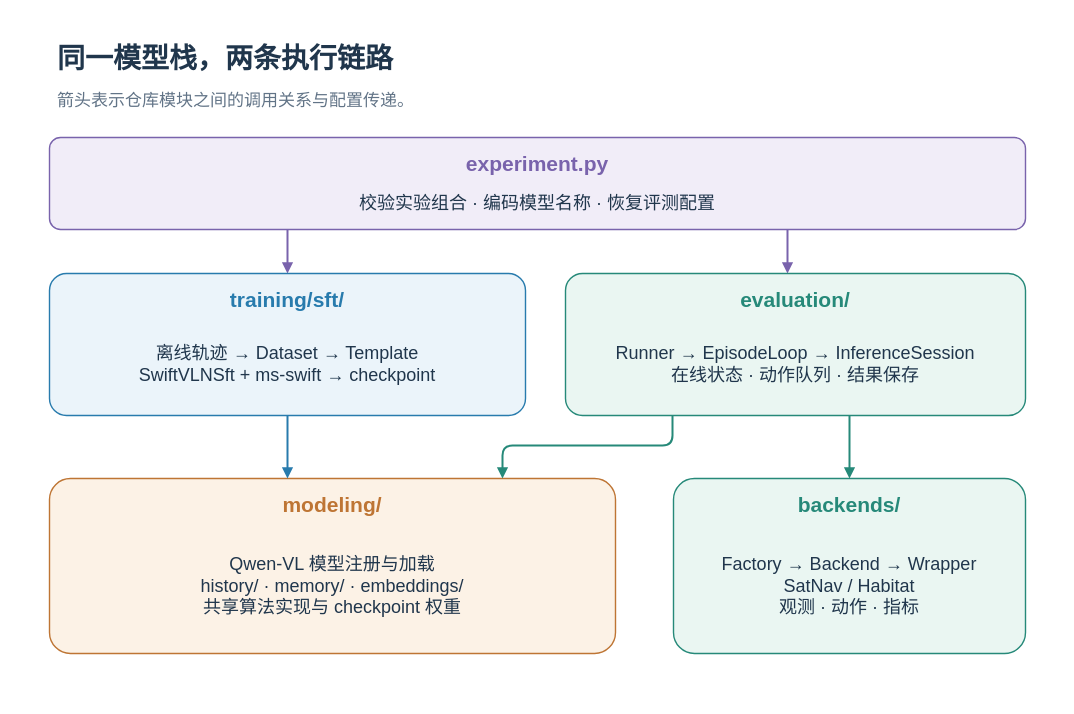
Above: docs/assets/workflows/architecture.zh-CN.drawio in Eku127/SwiftVLN (draw.io), before the change. Source tidied: cells renumbered, new cells numbered last; positions are measured from the earlier drawing's top-left corner, leaving out a move shared by most shapes. Both pictures are drawn from the tidied source at 100%, with x=0, y=0 at pixel (17, 17).
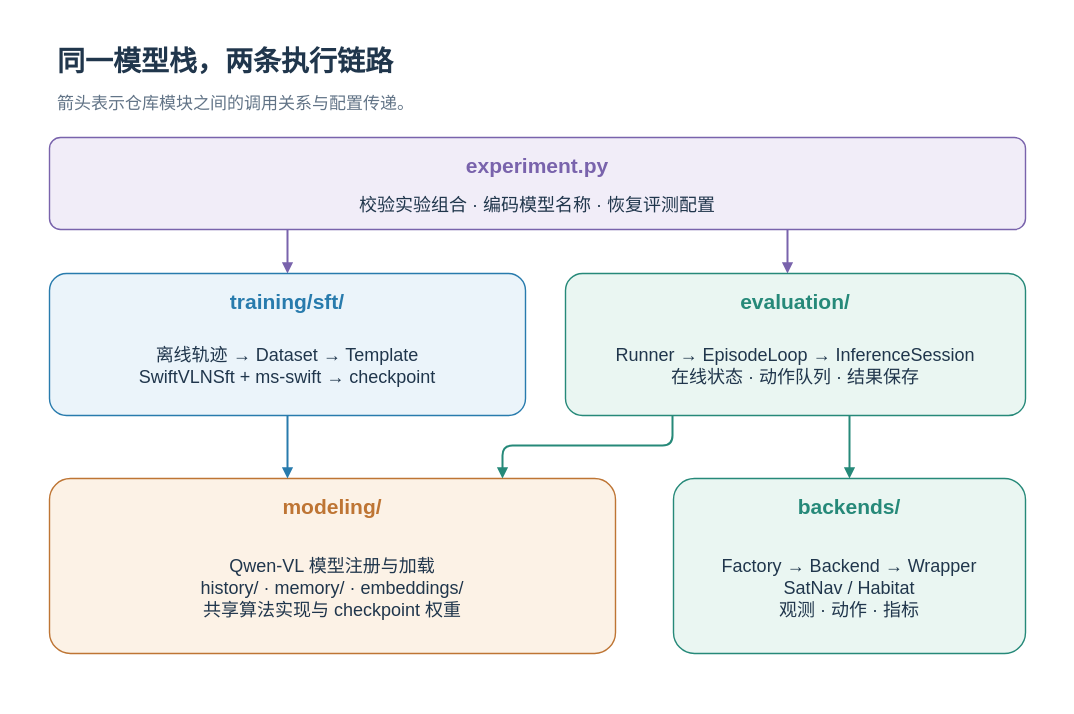
The same diagram, later.

What changed in the source:
```diff
@@
-    <mxCell id="2" style="rounded=0;arcSize=12;whiteSpace=wrap;html=0;fillColor=#FFFFFF;strokeColor=none;strokeWidth=1.4;fontColor=#20364C;fontFamily=Arial;fontSize=19;fontStyle=0;align=center;verticalAlign=middle;spacing=8;" parent="1" vertex="1">
+    <mxCell id="2" style="rounded=0;arcSize=12;whiteSpace=nowrap;html=0;fillColor=#FFFFFF;strokeColor=none;strokeWidth=1.4;fontColor=#20364C;fontFamily=Arial;fontSize=19;fontStyle=0;align=center;verticalAlign=middle;spacing=8;" parent="1" vertex="1">
       <mxGeometry width="1040" height="680" as="geometry" />
     </mxCell>
-    <mxCell id="3" value="同一模型栈，两条执行链路" style="rounded=0;arcSize=12;whiteSpace=wrap;html=0;fillColor=none;strokeColor=none;strokeWidth=1.4;fontColor=#20364C;fontFamily=Arial;fontSize=28;fontStyle=1;align=left;verticalAlign=middle;spacing=8;" parent="1" vertex="1">
+    <mxCell id="3" value="同一模型栈，两条执行链路" style="rounded=0;arcSize=12;whiteSpace=nowrap;html=0;fillColor=none;strokeColor=none;strokeWidth=1.4;fontColor=#20364C;fontFamily=Arial;fontSize=28;fontStyle=1;align=left;verticalAlign=middle;spacing=8;" parent="1" vertex="1">
       <mxGeometry x="32" y="22" width="970" height="38" as="geometry" />
     </mxCell>
-    <mxCell id="4" value="箭头表示仓库模块之间的调用关系与配置传递。" style="rounded=0;arcSize=12;whiteSpace=wrap;html=0;fillColor=none;strokeColor=none;strokeWidth=1.4;fontColor=#627487;fontFamily=Arial;fontSize=17;fontStyle=0;align=left;verticalAlign=middle;spacing=8;" parent="1" vertex="1">
+    <mxCell id="4" value="箭头表示仓库模块之间的调用关系与配置传递。" style="rounded=0;arcSize=12;whiteSpace=nowrap;html=0;fillColor=none;strokeColor=none;strokeWidth=1.4;fontColor=#627487;fontFamily=Arial;fontSize=17;fontStyle=0;align=left;verticalAlign=middle;spacing=8;" parent="1" vertex="1">
       <mxGeometry x="32" y="67" width="970" height="34" as="geometry" />
     </mxCell>
-    <mxCell id="5" style="rounded=1;arcSize=12;whiteSpace=wrap;html=0;fillColor=#F1EDF8;strokeColor=#7963AC;strokeWidth=1.4;fontColor=#20364C;fontFamily=Arial;fontSize=19;fontStyle=0;align=center;verticalAlign=middle;spacing=8;" parent="1" vertex="1">
+    <mxCell id="5" style="rounded=1;arcSize=12;whiteSpace=nowrap;html=0;fillColor=#F1EDF8;strokeColor=#7963AC;strokeWidth=1.4;fontColor=#20364C;fontFamily=Arial;fontSize=19;fontStyle=0;align=center;verticalAlign=middle;spacing=8;" parent="1" vertex="1">
       <mxGeometry x="32" y="120" width="976" height="92" as="geometry" />
     </mxCell>
-    <mxCell id="6" value="experiment.py" style="rounded=0;arcSize=12;whiteSpace=wrap;html=0;fillColor=none;strokeColor=none;strokeWidth=1.4;fontColor=#7963AC;fontFamily=Arial;fontSize=21;fontStyle=1;align=center;verticalAlign=middle;spacing=8;" parent="1" vertex="1">
+    <mxCell id="6" value="experiment.py" style="rounded=0;arcSize=12;whiteSpace=nowrap;html=0;fillColor=none;strokeColor=none;strokeWidth=1.4;fontColor=#7963AC;fontFamily=Arial;fontSize=21;fontStyle=1;align=center;verticalAlign=middle;spacing=8;" parent="1" vertex="1">
       <mxGeometry x="42" y="130" width="956" height="32" as="geometry" />
     </mxCell>
-    <mxCell id="7" value="校验实验组合 · 编码模型名称 · 恢复评测配置" style="rounded=0;arcSize=12;whiteSpace=wrap;html=0;fillColor=none;strokeColor=none;strokeWidth=1.4;fontColor=#20364C;fontFamily=Arial;fontSize=18;fontStyle=0;align=center;verticalAlign=middle;spacing=8;" parent="1" vertex="1">
+    <mxCell id="7" value="校验实验组合 · 编码模型名称 · 恢复评测配置" style="rounded=0;arcSize=12;whiteSpace=nowrap;html=0;fillColor=none;strokeColor=none;strokeWidth=1.4;fontColor=#20364C;fontFamily=Arial;fontSize=18;fontStyle=0;align=center;verticalAlign=middle;spacing=8;" parent="1" vertex="1">
       <mxGeometry x="42" y="166" width="956" height="40" as="geometry" />
     </mxCell>
@@
-    <mxCell id="10" style="rounded=1;arcSize=12;whiteSpace=wrap;html=0;fillColor=#EBF4FA;strokeColor=#287BAD;strokeWidth=1.4;fontColor=#20364C;fontFamily=Arial;fontSize=19;fontStyle=0;align=center;verticalAlign=middle;spacing=8;" parent="1" vertex="1">
+    <mxCell id="10" style="rounded=1;arcSize=12;whiteSpace=nowrap;html=0;fillColor=#EBF4FA;strokeColor=#287BAD;strokeWidth=1.4;fontColor=#20364C;fontFamily=Arial;fontSize=19;fontStyle=0;align=center;verticalAlign=middle;spacing=8;" parent="1" vertex="1">
       <mxGeometry x="32" y="256" width="476" height="142" as="geometry" />
     </mxCell>
-    <mxCell id="11" value="training/sft/" style="rounded=0;arcSize=12;whiteSpace=wrap;html=0;fillColor=none;strokeColor=none;strokeWidth=1.4;fontColor=#287BAD;fontFamily=Arial;fontSize=21;fontStyle=1;align=center;verticalAlign=middle;spacing=8;" parent="1" vertex="1">
+    <mxCell id="11" value="training/sft/" style="rounded=0;arcSize=12;whiteSpace=nowrap;html=0;fillColor=none;strokeColor=none;strokeWidth=1.4;fontColor=#287BAD;fontFamily=Arial;fontSize=21;fontStyle=1;align=center;verticalAlign=middle;spacing=8;" parent="1" vertex="1">
       <mxGeometry x="42" y="266" width="456" height="32" as="geometry" />
     </mxCell>
-    <mxCell id="12" value="离线轨迹 → Dataset → Template&#10;SwiftVLNSft + ms-swift → checkpoint" style="rounded=0;arcSize=12;whiteSpace=wrap;html=0;fillColor=none;strokeColor=none;strokeWidth=1.4;fontColor=#20364C;fontFamily=Arial;fontSize=18;fontStyle=0;align=center;verticalAlign=middle;spacing=8;" parent="1" vertex="1">
+    <mxCell id="12" value="离线轨迹 → Dataset → Template&#10;SwiftVLNSft + ms-swift → checkpoint" style="rounded=0;arcSize=12;whiteSpace=nowrap;html=0;fillColor=none;strokeColor=none;strokeWidth=1.4;fontColor=#20364C;fontFamily=Arial;fontSize=18;fontStyle=0;align=center;verticalAlign=middle;spacing=8;" parent="1" vertex="1">
       <mxGeometry x="42" y="302" width="456" height="90" as="geometry" />
     </mxCell>
-    <mxCell id="13" style="rounded=1;arcSize=12;whiteSpace=wrap;html=0;fillColor=#EAF6F2;strokeColor=#268979;strokeWidth=1.4;fontColor=#20364C;fontFamily=Arial;fontSize=19;fontStyle=0;align=center;verticalAlign=middle;spacing=8;" parent="1" vertex="1">
+    <mxCell id="13" style="rounded=1;arcSize=12;whiteSpace=nowrap;html=0;fillColor=#EAF6F2;strokeColor=#268979;strokeWidth=1.4;fontColor=#20364C;fontFamily=Arial;fontSize=19;fontStyle=0;align=center;verticalAlign=middle;spacing=8;" parent="1" vertex="1">
       <mxGeometry x="548" y="256" width="460" height="142" as="geometry" />
     </mxCell>
-    <mxCell id="14" value="evaluation/" style="rounded=0;arcSize=12;whiteSpace=wrap;html=0;fillColor=none;strokeColor=none;strokeWidth=1.4;fontColor=#268979;fontFamily=Arial;fontSize=21;fontStyle=1;align=center;verticalAlign=middle;spacing=8;" parent="1" vertex="1">
+    <mxCell id="14" value="evaluation/" style="rounded=0;arcSize=12;whiteSpace=nowrap;html=0;fillColor=none;strokeColor=none;strokeWidth=1.4;fontColor=#268979;fontFamily=Arial;fontSize=21;fontStyle=1;align=center;verticalAlign=middle;spacing=8;" parent="1" vertex="1">
       <mxGeometry x="558" y="266" width="440" height="32" as="geometry" />
     </mxCell>
-    <mxCell id="15" value="Runner → EpisodeLoop → InferenceSession&#10;在线状态 · 动作队列 · 结果保存" style="rounded=0;arcSize=12;whiteSpace=wrap;html=0;fillColor=none;strokeColor=none;strokeWidth=1.4;fontColor=#20364C;fontFamily=Arial;fontSize=18;fontStyle=0;align=center;verticalAlign=middle;spacing=8;" parent="1" vertex="1">
+    <mxCell id="15" value="Runner → EpisodeLoop → InferenceSession&#10;在线状态 · 动作队列 · 结果保存" style="rounded=0;arcSize=12;whiteSpace=nowrap;html=0;fillColor=none;strokeColor=none;strokeWidth=1.4;fontColor=#20364C;fontFamily=Arial;fontSize=18;fontStyle=0;align=center;verticalAlign=middle;spacing=8;" parent="1" vertex="1">
       <mxGeometry x="558" y="302" width="440" height="90" as="geometry" />
     </mxCell>
-    <mxCell id="16" style="rounded=1;arcSize=12;whiteSpace=wrap;html=0;fillColor=#FCF2E6;strokeColor=#BE7534;strokeWidth=1.4;fontColor=#20364C;fontFamily=Arial;fontSize=19;fontStyle=0;align=center;verticalAlign=middle;spacing=8;" parent="1" vertex="1">
+    <mxCell id="16" style="rounded=1;arcSize=12;whiteSpace=nowrap;html=0;fillColor=#FCF2E6;strokeColor=#BE7534;strokeWidth=1.4;fontColor=#20364C;fontFamily=Arial;fontSize=19;fontStyle=0;align=center;verticalAlign=middle;spacing=8;" parent="1" vertex="1">
       <mxGeometry x="32" y="461" width="566" height="175" as="geometry" />
     </mxCell>
-    <mxCell id="17" value="modeling/" style="rounded=0;arcSize=12;whiteSpace=wrap;html=0;fillColor=none;strokeColor=none;strokeWidth=1.4;fontColor=#BE7534;fontFamily=Arial;fontSize=21;fontStyle=1;align=center;verticalAlign=middle;spacing=8;" parent="1" vertex="1">
+    <mxCell id="17" value="modeling/" style="rounded=0;arcSize=12;whiteSpace=nowrap;html=0;fillColor=none;strokeColor=none;strokeWidth=1.4;fontColor=#BE7534;fontFamily=Arial;fontSize=21;fontStyle=1;align=center;verticalAlign=middle;spacing=8;" parent="1" vertex="1">
       <mxGeometry x="42" y="471" width="546" height="32" as="geometry" />
     </mxCell>
-    <mxCell id="18" value="Qwen-VL 模型注册与加载&#10;history/ · memory/ · embeddings/&#10;共享算法实现与 checkpoint 权重" style="rounded=0;arcSize=12;whiteSpace=wrap;html=0;fillColor=none;strokeColor=none;strokeWidth=1.4;fontColor=#20364C;fontFamily=Arial;fontSize=18;fontStyle=0;align=center;verticalAlign=middle;spacing=8;" parent="1" vertex="1">
+    <mxCell id="18" value="Qwen-VL 模型注册与加载&#10;history/ · memory/ · embeddings/&#10;共享算法实现与 checkpoint 权重" style="rounded=0;arcSize=12;whiteSpace=nowrap;html=0;fillColor=none;strokeColor=none;strokeWidth=1.4;fontColor=#20364C;fontFamily=Arial;fontSize=18;fontStyle=0;align=center;verticalAlign=middle;spacing=8;" parent="1" vertex="1">
       <mxGeometry x="42" y="507" width="546" height="123" as="geometry" />
     </mxCell>
-    <mxCell id="19" style="rounded=1;arcSize=12;whiteSpace=wrap;html=0;fillColor=#EAF6F2;strokeColor=#268979;strokeWidth=1.4;fontColor=#20364C;fontFamily=Arial;fontSize=19;fontStyle=0;align=center;verticalAlign=middle;spacing=8;" parent="1" vertex="1">
+    <mxCell id="19" style="rounded=1;arcSize=12;whiteSpace=nowrap;html=0;fillColor=#EAF6F2;strokeColor=#268979;strokeWidth=1.4;fontColor=#20364C;fontFamily=Arial;fontSize=19;fontStyle=0;align=center;verticalAlign=middle;spacing=8;" parent="1" vertex="1">
       <mxGeometry x="656" y="461" width="352" height="175" as="geometry" />
     </mxCell>
-    <mxCell id="20" value="backends/" style="rounded=0;arcSize=12;whiteSpace=wrap;html=0;fillColor=none;strokeColor=none;strokeWidth=1.4;fontColor=#268979;fontFamily=Arial;fontSize=21;fontStyle=1;align=center;verticalAlign=middle;spacing=8;" parent="1" vertex="1">
+    <mxCell id="20" value="backends/" style="rounded=0;arcSize=12;whiteSpace=nowrap;html=0;fillColor=none;strokeColor=none;strokeWidth=1.4;fontColor=#268979;fontFamily=Arial;fontSize=21;fontStyle=1;align=center;verticalAlign=middle;spacing=8;" parent="1" vertex="1">
       <mxGeometry x="666" y="471" width="332" height="32" as="geometry" />
     </mxCell>
-    <mxCell id="21" value="Factory → Backend → Wrapper&#10;SatNav / Habitat&#10;观测 · 动作 · 指标" style="rounded=0;arcSize=12;whiteSpace=wrap;html=0;fillColor=none;strokeColor=none;strokeWidth=1.4;fontColor=#20364C;fontFamily=Arial;fontSize=18;fontStyle=0;align=center;verticalAlign=middle;spacing=8;" parent="1" vertex="1">
+    <mxCell id="21" value="Factory → Backend → Wrapper&#10;SatNav / Habitat&#10;观测 · 动作 · 指标" style="rounded=0;arcSize=12;whiteSpace=nowrap;html=0;fillColor=none;strokeColor=none;strokeWidth=1.4;fontColor=#20364C;fontFamily=Arial;fontSize=18;fontStyle=0;align=center;verticalAlign=middle;spacing=8;" parent="1" vertex="1">
       <mxGeometry x="666" y="507" width="332" height="123" as="geometry" />
     </mxCell>
```
